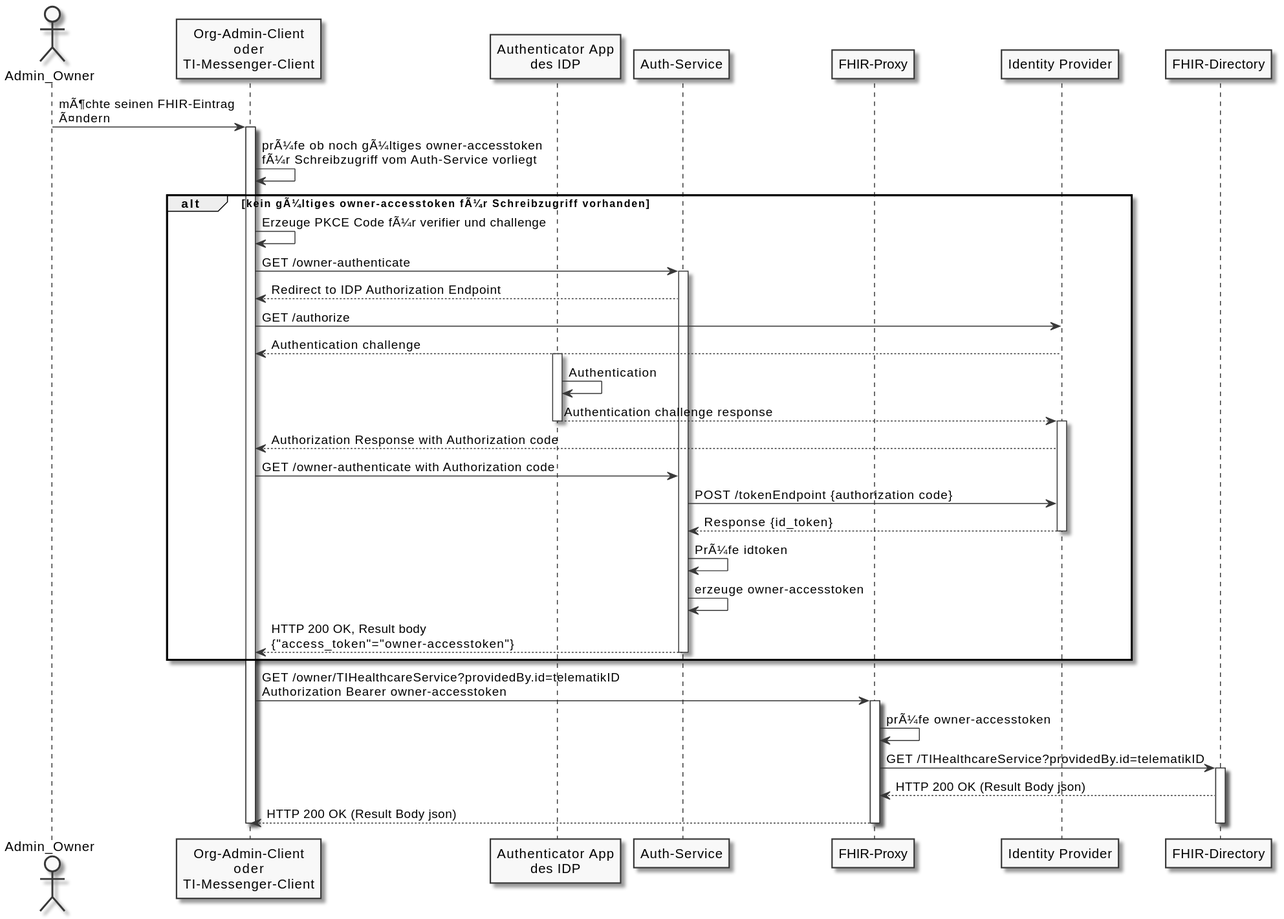
Above: images/plantuml/FHIR-Directory, Sequenzdiagramm VZD-FHIR-Directory Änderung von eigenen TIOrganization- oder TIPractitioner-Einträgen.svg in gematik/api-vzd (PlantUML), before the change. Its diagram source:
```plantuml
@startuml
skinparam dpi 100
skinparam WrapWidth 200
skinparam monochrome true

actor oa as "Admin_Owner"
participant cl as "Org-Admin-Client\noder\nTI-Messenger-Client"
participant aa as "Authenticator App\ndes IDP"
participant au as "Auth-Service"
participant fp as "FHIR-Proxy"
participant idp as "Identity Provider"
participant fd as "FHIR-Directory"
oa -> cl: mÃ¶chte seinen FHIR-Eintrag\nÃ¤ndern
activate cl
cl -> cl: prÃ¼fe ob noch gÃ¼ltiges owner-accesstoken\nfÃ¼r Schreibzugriff vom Auth-Service vorliegt
alt kein gÃ¼ltiges owner-accesstoken fÃ¼r Schreibzugriff vorhanden
cl -> cl: Erzeuge PKCE Code fÃ¼r verifier und challenge
cl -> au: GET /owner-authenticate
activate au
au --> cl: Redirect to IDP Authorization Endpoint
cl -> idp: GET /authorize
idp --> cl: Authentication challenge
activate aa
aa -> aa: Authentication
aa --> idp: Authentication challenge response
deactivate aa
activate idp
idp --> cl: Authorization Response with Authorization code
cl -> au: GET /owner-authenticate with Authorization code
au -> idp: POST /tokenEndpoint {authorization code}
idp --> au: Response {id_token}


deactivate idp
au -> au: PrÃ¼fe idtoken
au -> au: erzeuge owner-accesstoken
au --> cl: HTTP 200 OK, Result body\n{"access_token"="owner-accesstoken"}
deactivate au
end
cl -> fp: GET /owner/TIHealthcareService?providedBy.id=telematikID\nAuthorization Bearer owner-accesstoken
activate fp
fp -> fp: prÃ¼fe owner-accesstoken
fp -> fd: GET /TIHealthcareService?providedBy.id=telematikID
activate fd
fd --> fp: HTTP 200 OK (Result Body json)
fp --> cl: HTTP 200 OK (Result Body json)
deactivate fd
deactivate fp
deactivate cl
@enduml
```
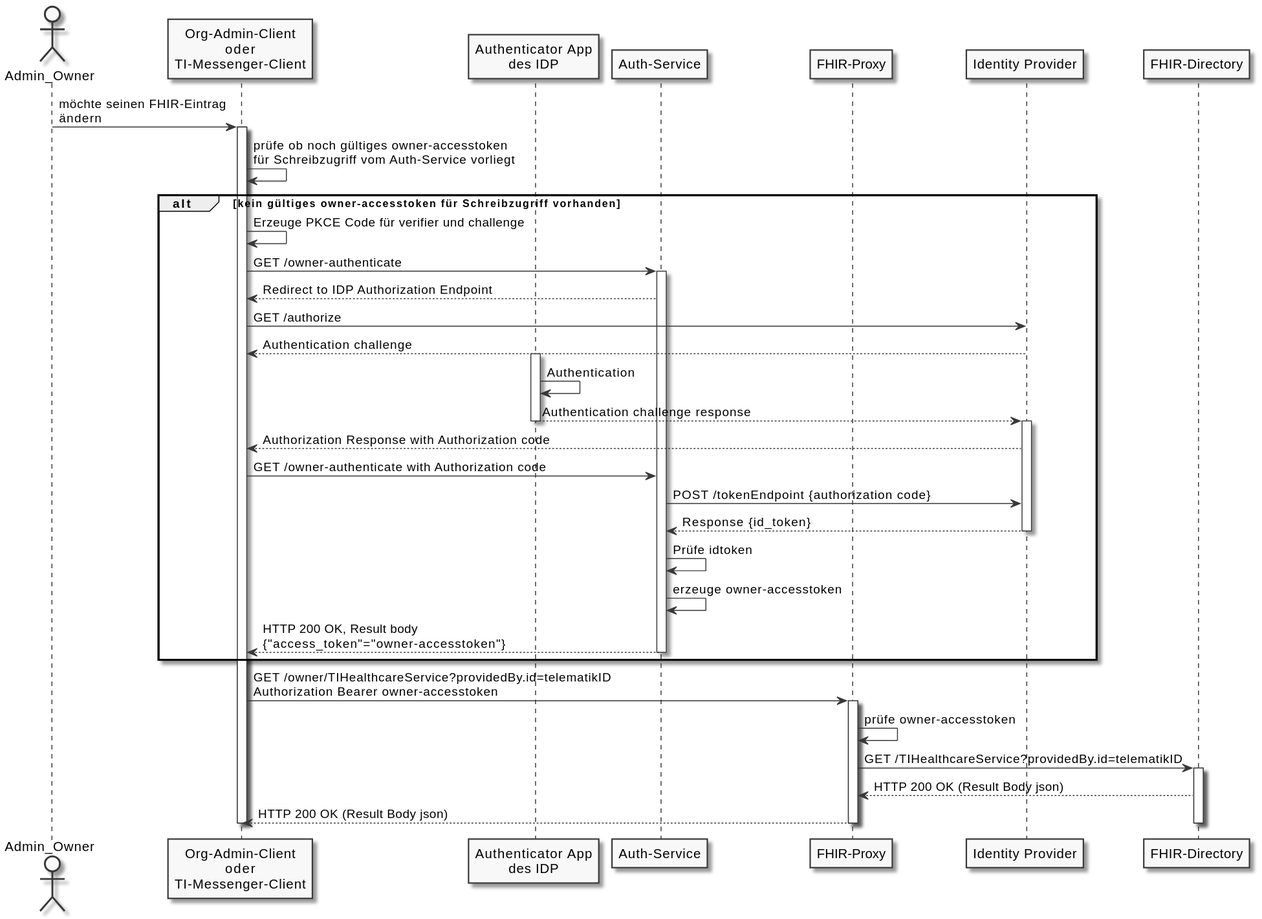
The same diagram one commit later.

What changed in the source:
```diff
@@ -10,11 +10,11 @@
 participant fp as "FHIR-Proxy"
 participant idp as "Identity Provider"
 participant fd as "FHIR-Directory"
-oa -> cl: mÃ¶chte seinen FHIR-Eintrag\nÃ¤ndern
+oa -> cl: möchte seinen FHIR-Eintrag\nändern
 activate cl
-cl -> cl: prÃ¼fe ob noch gÃ¼ltiges owner-accesstoken\nfÃ¼r Schreibzugriff vom Auth-Service vorliegt
-alt kein gÃ¼ltiges owner-accesstoken fÃ¼r Schreibzugriff vorhanden
-cl -> cl: Erzeuge PKCE Code fÃ¼r verifier und challenge
+cl -> cl: prüfe ob noch gültiges owner-accesstoken\nfür Schreibzugriff vom Auth-Service vorliegt
+alt kein gültiges owner-accesstoken für Schreibzugriff vorhanden
+cl -> cl: Erzeuge PKCE Code für verifier und challenge
 cl -> au: GET /owner-authenticate
 activate au
 au --> cl: Redirect to IDP Authorization Endpoint
@@ -32,14 +32,14 @@
 
 
 deactivate idp
-au -> au: PrÃ¼fe idtoken
+au -> au: Prüfe idtoken
 au -> au: erzeuge owner-accesstoken
 au --> cl: HTTP 200 OK, Result body\n{"access_token"="owner-accesstoken"}
 deactivate au
 end
 cl -> fp: GET /owner/TIHealthcareService?providedBy.id=telematikID\nAuthorization Bearer owner-accesstoken
 activate fp
-fp -> fp: prÃ¼fe owner-accesstoken
+fp -> fp: prüfe owner-accesstoken
 fp -> fd: GET /TIHealthcareService?providedBy.id=telematikID
 activate fd
 fd --> fp: HTTP 200 OK (Result Body json)
```
